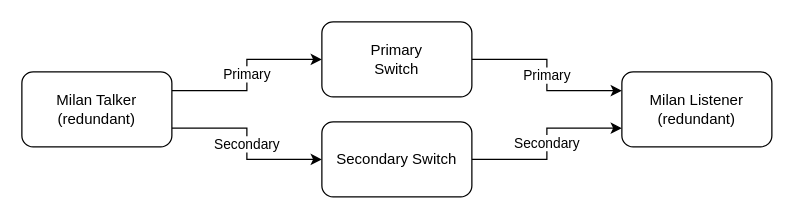
This is static/images/redundancy.drawio from avb-academy/avb_academy, a draw.io file, before an edit. Source tidied: cells renumbered, new cells numbered last; positions are measured from the earlier drawing's top-left corner, leaving out a move shared by most shapes. Both pictures are drawn from the tidied source at 125%, with x=0, y=0 at pixel (21, 21).
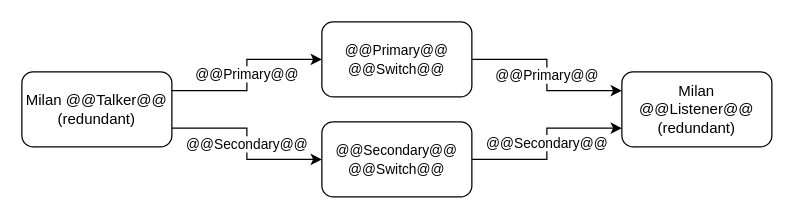
The same page after the edit.

Diff of the diagram source:
```diff
@@
 <mxGraphModel>
   <root>
     <mxCell id="0" />
     <mxCell id="1" parent="0" />
-    <mxCell id="2" value="Primary" style="edgeStyle=orthogonalEdgeStyle;html=1;exitX=1;exitY=0.25;exitDx=0;exitDy=0;entryX=0;entryY=0.5;entryDx=0;entryDy=0;rounded=0;" parent="1" edge="1" source="4" target="6">
+    <mxCell id="2" value="@@Primary@@" style="edgeStyle=orthogonalEdgeStyle;html=1;exitX=1;exitY=0.25;exitDx=0;exitDy=0;entryX=0;entryY=0.5;entryDx=0;entryDy=0;rounded=0;" parent="1" edge="1" source="4" target="6">
       <mxGeometry relative="1" as="geometry" />
     </mxCell>
-    <mxCell id="3" value="Secondary" style="edgeStyle=orthogonalEdgeStyle;shape=connector;rounded=0;html=1;exitX=1;exitY=0.75;exitDx=0;exitDy=0;labelBackgroundColor=default;strokeColor=default;fontFamily=Helvetica;fontSize=11;fontColor=default;endArrow=classic;" parent="1" edge="1" source="4" target="8">
-      <mxGeometry relative="1" as="geometry" />
+    <mxCell id="3" value="@@Secondary@@" style="edgeStyle=orthogonalEdgeStyle;shape=connector;rounded=0;html=1;exitX=1;exitY=0.75;exitDx=0;exitDy=0;labelBackgroundColor=default;strokeColor=default;fontFamily=Helvetica;fontSize=11;fontColor=default;endArrow=classic;" parent="1" edge="1" source="4" target="8">
+      <mxGeometry x="0.01" relative="1" as="geometry" />
     </mxCell>
-    <mxCell id="4" value="Milan Talker&lt;br&gt;(redundant)" style="rounded=1;whiteSpace=wrap;html=1;" parent="1" vertex="1">
+    <mxCell id="4" value="Milan @@Talker@@&lt;div&gt;(redundant)&lt;/div&gt;" style="rounded=1;whiteSpace=wrap;html=1;" parent="1" vertex="1">
       <mxGeometry y="40" width="120" height="60" as="geometry" />
     </mxCell>
-    <mxCell id="5" value="Primary" style="edgeStyle=orthogonalEdgeStyle;shape=connector;rounded=0;html=1;exitX=1;exitY=0.5;exitDx=0;exitDy=0;labelBackgroundColor=default;strokeColor=default;fontFamily=Helvetica;fontSize=11;fontColor=default;endArrow=classic;entryX=0;entryY=0.25;entryDx=0;entryDy=0;" parent="1" edge="1" source="6" target="9">
+    <mxCell id="5" value="@@Primary@@" style="edgeStyle=orthogonalEdgeStyle;shape=connector;rounded=0;html=1;exitX=1;exitY=0.5;exitDx=0;exitDy=0;labelBackgroundColor=default;strokeColor=default;fontFamily=Helvetica;fontSize=11;fontColor=default;endArrow=classic;entryX=0;entryY=0.25;entryDx=0;entryDy=0;" parent="1" edge="1" source="6" target="9">
       <mxGeometry relative="1" as="geometry" />
     </mxCell>
-    <mxCell id="6" value="Primary&lt;br&gt;Switch" style="rounded=1;whiteSpace=wrap;html=1;" parent="1" vertex="1">
+    <mxCell id="6" value="&lt;span style=&quot;font-size: 11px; text-wrap: nowrap; background-color: rgb(255, 255, 255);&quot;&gt;@@Primary@@&lt;/span&gt;&lt;div&gt;&lt;span style=&quot;font-size: 11px; text-wrap: nowrap; background-color: rgb(255, 255, 255);&quot;&gt;@@Switch@@&lt;/span&gt;&lt;/div&gt;" style="rounded=1;whiteSpace=wrap;html=1;" parent="1" vertex="1">
       <mxGeometry x="240" width="120" height="60" as="geometry" />
     </mxCell>
-    <mxCell id="7" value="Secondary" style="edgeStyle=orthogonalEdgeStyle;shape=connector;rounded=0;html=1;exitX=1;exitY=0.5;exitDx=0;exitDy=0;entryX=0;entryY=0.75;entryDx=0;entryDy=0;labelBackgroundColor=default;strokeColor=default;fontFamily=Helvetica;fontSize=11;fontColor=default;endArrow=classic;" parent="1" edge="1" source="8" target="9">
+    <mxCell id="7" value="@@Secondary@@" style="edgeStyle=orthogonalEdgeStyle;shape=connector;rounded=0;html=1;exitX=1;exitY=0.5;exitDx=0;exitDy=0;entryX=0;entryY=0.75;entryDx=0;entryDy=0;labelBackgroundColor=default;strokeColor=default;fontFamily=Helvetica;fontSize=11;fontColor=default;endArrow=classic;" parent="1" edge="1" source="8" target="9">
       <mxGeometry relative="1" as="geometry" />
     </mxCell>
-    <mxCell id="8" value="Secondary Switch" style="rounded=1;whiteSpace=wrap;html=1;" parent="1" vertex="1">
+    <mxCell id="8" value="&lt;span style=&quot;font-size: 11px; text-wrap: nowrap; background-color: rgb(255, 255, 255);&quot;&gt;@@Secondary@@&lt;/span&gt;&lt;div&gt;&lt;span style=&quot;font-size: 11px; text-wrap: nowrap; background-color: rgb(255, 255, 255);&quot;&gt;@@Switch@@&lt;/span&gt;&lt;/div&gt;" style="rounded=1;whiteSpace=wrap;html=1;" parent="1" vertex="1">
       <mxGeometry x="240" y="80" width="120" height="60" as="geometry" />
     </mxCell>
-    <mxCell id="9" value="Milan Listener&lt;br&gt;(redundant)" style="rounded=1;whiteSpace=wrap;html=1;" parent="1" vertex="1">
+    <mxCell id="9" value="Milan @@Listener@@&lt;div&gt;(redundant)&lt;/div&gt;" style="rounded=1;whiteSpace=wrap;html=1;" parent="1" vertex="1">
       <mxGeometry x="480" y="40" width="120" height="60" as="geometry" />
     </mxCell>
   </root>
 </mxGraphModel>
```
